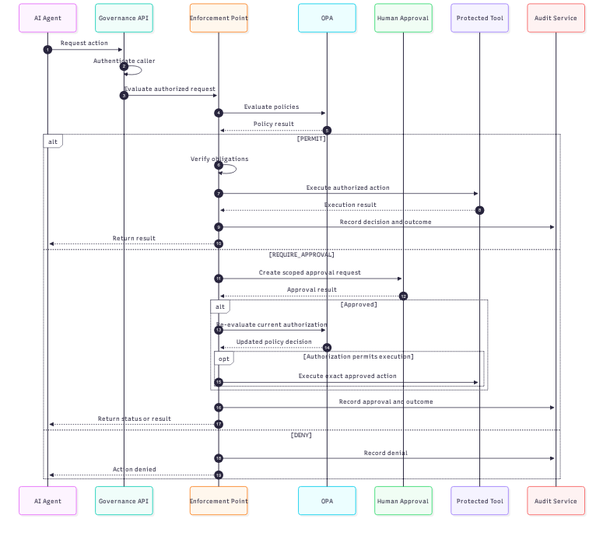
The Mermaid diagram diagrams/rendered/03-policy-decision-sequence.png in cpgrant/a-05-ai-governance-policy-enforcement, before a commit. Its source is kept beside it as diagrams/03-policy-decision-sequence.mmd. The source it was exported from:
```mermaid
sequenceDiagram
    autonumber
    participant A as AI Agent
    participant G as Governance API
    participant P as Enforcement Point
    participant O as OPA
    participant H as Human Approval
    participant T as Protected Tool
    participant L as Audit Service

    A->>G: Request action
    G->>G: Authenticate caller
    G->>P: Evaluate authorized request
    P->>O: Evaluate policies
    O-->>P: Policy result

    alt PERMIT
        P->>P: Verify obligations
        P->>L: Record authorization before execution
        alt Audit unavailable
            P-->>A: Fail closed; do not execute
        else Audit recorded
        P->>T: Execute authorized action
        T-->>P: Execution result
        P->>L: Record execution outcome
        P-->>A: Return result
        end
    else REQUIRE_APPROVAL
        P->>H: Create scoped approval request
        H-->>P: Approval result
        alt Approved
            P->>O: Re-evaluate current authorization
            O-->>P: Updated policy decision
            opt Authorization permits execution
                P->>L: Record authorization before consume
                P->>T: Execute exact approved action
            end
        end
        P->>L: Approval lifecycle is persisted in SQLite
        P-->>A: Return status or result
    else DENY
        P->>L: Record denial
        P-->>A: Action denied
    end
```
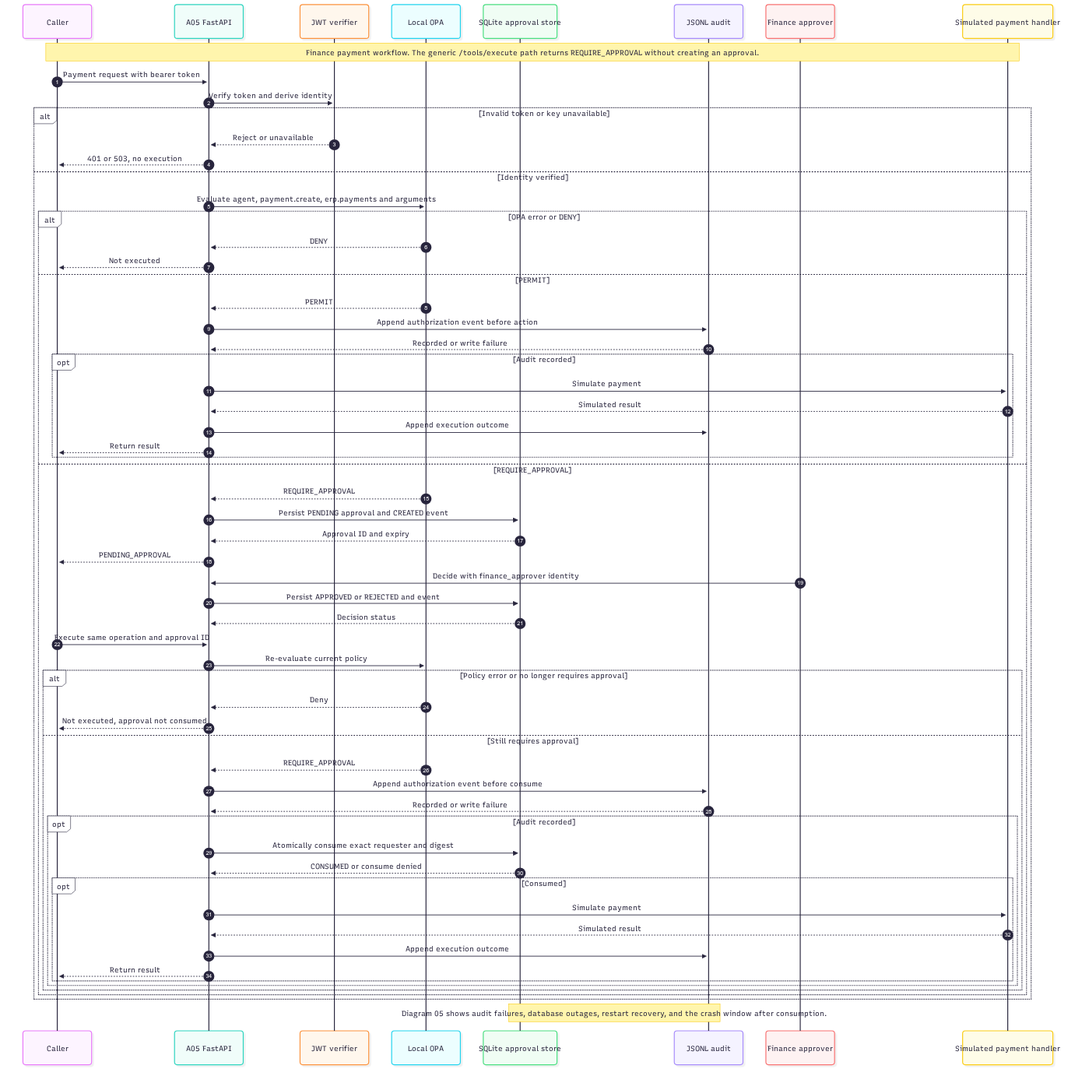
After the commit.

The edit, as a diff of the source:
```diff
@@ -1,44 +1,64 @@
 sequenceDiagram
     autonumber
-    participant A as AI Agent
-    participant G as Governance API
-    participant P as Enforcement Point
-    participant O as OPA
-    participant H as Human Approval
-    participant T as Protected Tool
-    participant L as Audit Service
+    participant C as Caller
+    participant API as A05 FastAPI
+    participant JWT as JWT verifier
+    participant OPA as Local OPA
+    participant DB as SQLite approval store
+    participant LOG as JSONL audit
+    participant M as Finance approver
+    participant SIM as Simulated payment handler
 
-    A->>G: Request action
-    G->>G: Authenticate caller
-    G->>P: Evaluate authorized request
-    P->>O: Evaluate policies
-    O-->>P: Policy result
-
-    alt PERMIT
-        P->>P: Verify obligations
-        P->>L: Record authorization before execution
-        alt Audit unavailable
-            P-->>A: Fail closed; do not execute
-        else Audit recorded
-        P->>T: Execute authorized action
-        T-->>P: Execution result
-        P->>L: Record execution outcome
-        P-->>A: Return result
-        end
-    else REQUIRE_APPROVAL
-        P->>H: Create scoped approval request
-        H-->>P: Approval result
-        alt Approved
-            P->>O: Re-evaluate current authorization
-            O-->>P: Updated policy decision
-            opt Authorization permits execution
-                P->>L: Record authorization before consume
-                P->>T: Execute exact approved action
+    Note over C,SIM: Finance payment workflow. The generic /tools/execute path returns REQUIRE_APPROVAL without creating an approval.
+    C->>API: Payment request with bearer token
+    API->>JWT: Verify token and derive identity
+    alt Invalid token or key unavailable
+        JWT-->>API: Reject or unavailable
+        API-->>C: 401 or 503, no execution
+    else Identity verified
+        API->>OPA: Evaluate agent, payment.create, erp.payments and arguments
+        alt OPA error or DENY
+            OPA-->>API: DENY
+            API-->>C: Not executed
+        else PERMIT
+            OPA-->>API: PERMIT
+            API->>LOG: Append authorization event before action
+            LOG-->>API: Recorded or write failure
+            opt Audit recorded
+                API->>SIM: Simulate payment
+                SIM-->>API: Simulated result
+                API->>LOG: Append execution outcome
+                API-->>C: Return result
+            end
+        else REQUIRE_APPROVAL
+            OPA-->>API: REQUIRE_APPROVAL
+            API->>DB: Persist PENDING approval and CREATED event
+            DB-->>API: Approval ID and expiry
+            API-->>C: PENDING_APPROVAL
+            M->>API: Decide with finance_approver identity
+            API->>DB: Persist APPROVED or REJECTED and event
+            DB-->>API: Decision status
+            C->>API: Execute same operation and approval ID
+            API->>OPA: Re-evaluate current policy
+            alt Policy error or no longer requires approval
+                OPA-->>API: Deny
+                API-->>C: Not executed, approval not consumed
+            else Still requires approval
+                OPA-->>API: REQUIRE_APPROVAL
+                API->>LOG: Append authorization event before consume
+                LOG-->>API: Recorded or write failure
+                opt Audit recorded
+                    API->>DB: Atomically consume exact requester and digest
+                    DB-->>API: CONSUMED or consume denied
+                    opt Consumed
+                        API->>SIM: Simulate payment
+                        SIM-->>API: Simulated result
+                        API->>LOG: Append execution outcome
+                        API-->>C: Return result
+                    end
+                end
             end
         end
-        P->>L: Approval lifecycle is persisted in SQLite
-        P-->>A: Return status or result
-    else DENY
-        P->>L: Record denial
-        P-->>A: Action denied
     end
+
+    Note over DB,LOG: Diagram 05 shows audit failures, database outages, restart recovery, and the crash window after consumption.
```
